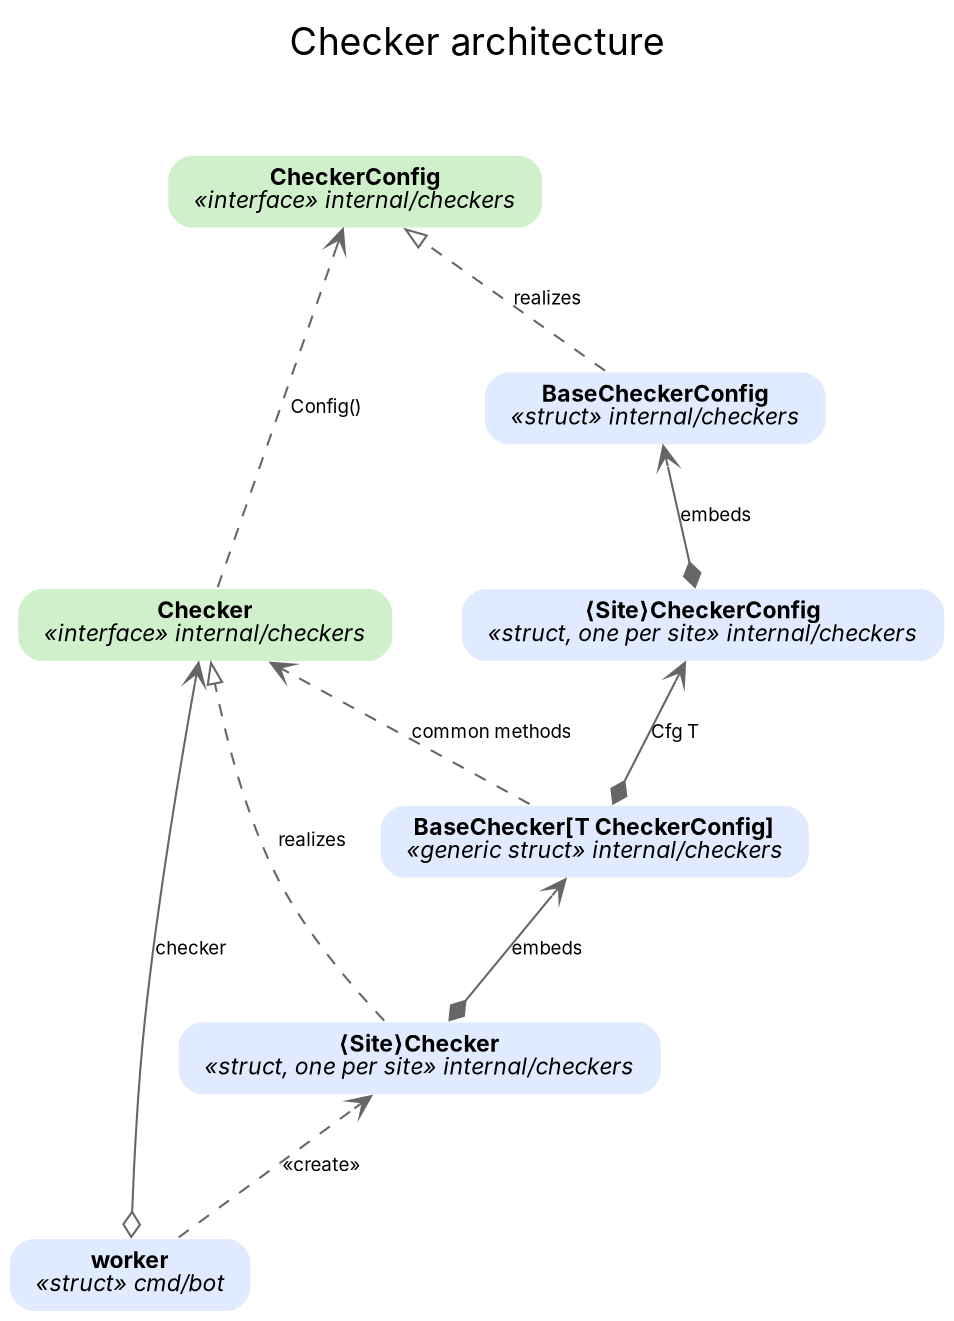
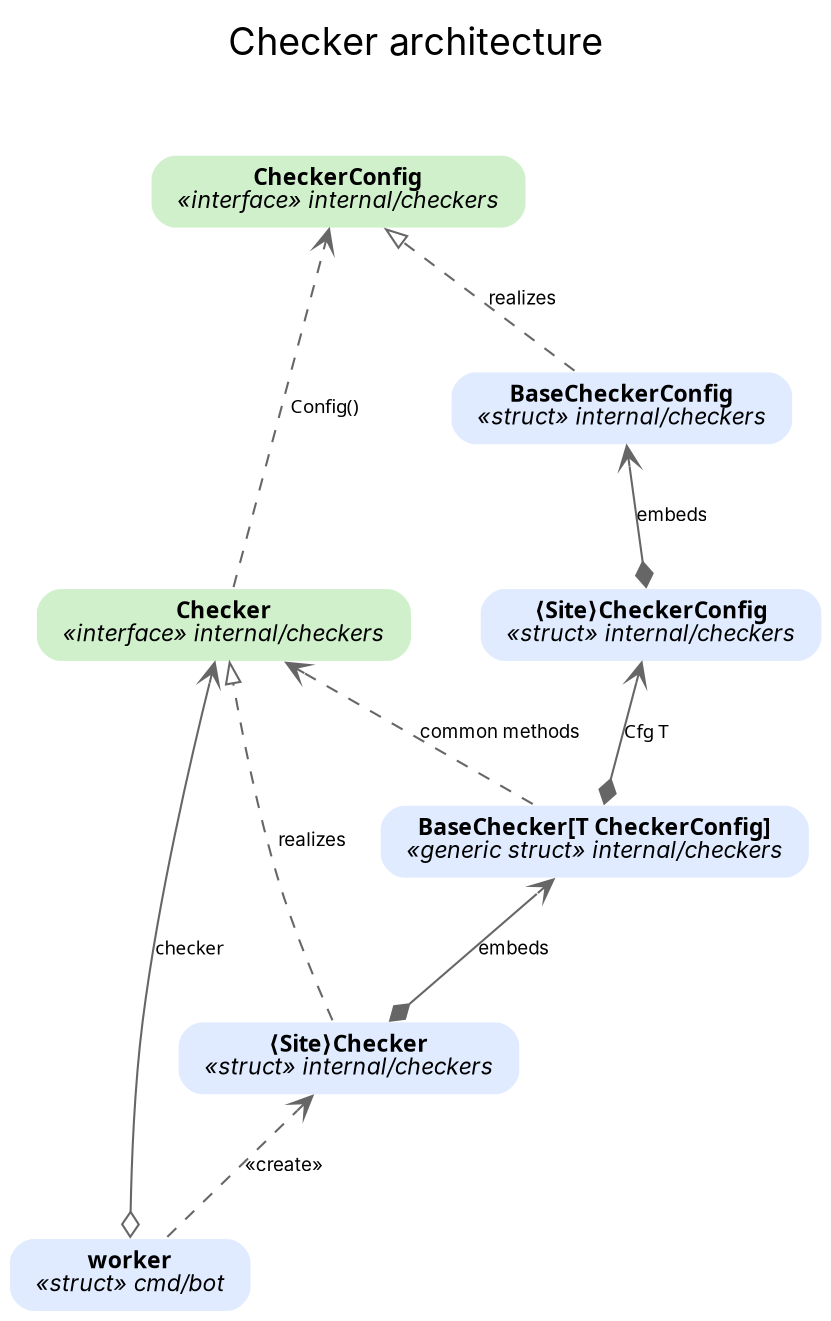
digraph {
    graph [dpi = 96]
    label = <<table border="0" height="62"><tr><td>Checker architecture</td></tr></table>>
    labelloc = t
    fontname = "Inter"
    fontsize = 18
    bgcolor = white
    rankdir = BT
    nodesep = 0.45
    ranksep = 0.8
    node [shape = box, style = "filled, rounded"]
    node [penwidth = 1.5]
    node [fontname = "Inter"]
    edge [fontname = "Inter"]
    node [fontsize = 11]
    edge [fontsize = 9]
    node [color = white]
    node [margin = "0.18,0.10"]
    edge [color = "#666666"]

    // UML edge legend:
    //   ----|>  (dashed, hollow triangle)   realization — implements an interface
    //   <>--->  (solid, filled diamond)     composition — owns a field (incl. Go embedding); label = field / "embeds"
    //   o>--->  (solid, open diamond)       aggregation — holds a reference to an injected/shared object
    //   ----->  (dashed, open arrow)        dependency — uses / creates / drives / type used in a signature
    // Colours:
    //   green = interface
    //   blue = struct

    // ---- interfaces ----
    node [fillcolor = "#d0f0cc"]
-     Checker       [label = <<b>Checker</b><br/><i>«interface» internal/checkers</i>>]
-     CheckerConfig [label = <<b>CheckerConfig</b><br/><i>«interface» internal/checkers</i>>]
+     Checker       [label = <<font face="JetBrains Mono NL"><b>Checker</b></font><br/><i>«interface» internal/checkers</i>>]
+     CheckerConfig [label = <<font face="JetBrains Mono NL"><b>CheckerConfig</b></font><br/><i>«interface» internal/checkers</i>>]

    // ---- structs ----
    node [fillcolor = "#e0ebff"]
-     BaseChecker       [label = <<b>BaseChecker[T CheckerConfig]</b><br/><i>«generic struct» internal/checkers</i>>]
-     BaseCheckerConfig [label = <<b>BaseCheckerConfig</b><br/><i>«struct» internal/checkers</i>>]
-     SiteCheckerConfig [label = <<b>&#x27E8;Site&#x27E9;CheckerConfig</b><br/><i>«struct, one per site» internal/checkers</i>>]
-     SiteChecker       [label = <<b>&#x27E8;Site&#x27E9;Checker</b><br/><i>«struct, one per site» internal/checkers</i>>]
-     MainLoop          [label = <<b>worker</b><br/><i>«struct» cmd/bot</i>>]
+     BaseChecker       [label = <<font face="JetBrains Mono NL"><b>BaseChecker[T CheckerConfig]</b></font><br/><i>«generic struct» internal/checkers</i>>]
+     BaseCheckerConfig [label = <<font face="JetBrains Mono NL"><b>BaseCheckerConfig</b></font><br/><i>«struct» internal/checkers</i>>]
+     SiteCheckerConfig [label = <<font face="JetBrains Mono NL"><b>&#x27E8;Site&#x27E9;CheckerConfig</b></font><br/><i>«struct» internal/checkers</i>>]
+     SiteChecker       [label = <<font face="JetBrains Mono NL"><b>&#x27E8;Site&#x27E9;Checker</b></font><br/><i>«struct» internal/checkers</i>>]
+     MainLoop          [label = <<font face="JetBrains Mono NL"><b>worker</b></font><br/><i>«struct» cmd/bot</i>>]

    // ===================== relationships =====================

    edge [dir = both]

    // -- realization (implements an interface) --
    SiteChecker       -> Checker       [style = dashed, dir = forward, arrowhead = onormal, label = "realizes"]
    BaseCheckerConfig -> CheckerConfig [style = dashed, dir = forward, arrowhead = onormal, label = "realizes"]

    // -- composition (owns a field; Go embedding is an anonymous field) --
    SiteChecker       -> BaseChecker     [arrowtail = diamond, arrowhead = vee, label = "embeds"]
    SiteCheckerConfig -> BaseCheckerConfig [arrowtail = diamond, arrowhead = vee, label = "embeds"]
-     BaseChecker     -> SiteCheckerConfig [arrowtail = diamond, arrowhead = vee, label = "Cfg T"]
+     BaseChecker     -> SiteCheckerConfig [arrowtail = diamond, arrowhead = vee, label = <<font face="JetBrains Mono NL">Cfg T</font>>]

    // -- aggregation (holds a reference to an injected / shared object) --
-     MainLoop -> Checker [arrowtail = odiamond, arrowhead = vee, label = "checker"]
+     MainLoop -> Checker [arrowtail = odiamond, arrowhead = vee, label = <<font face="JetBrains Mono NL">checker</font>>]

    // -- dependency (uses / creates / drives / type used in a signature) --
    BaseChecker -> Checker       [style = dashed, dir = forward, arrowhead = vee, label = "common methods"]
-     Checker       -> CheckerConfig [style = dashed, dir = forward, arrowhead = vee, label = "Config()"]
+     Checker       -> CheckerConfig [style = dashed, dir = forward, arrowhead = vee, label = <<font face="JetBrains Mono NL">Config()</font>>]

    MainLoop -> SiteChecker [style = dashed, dir = forward, arrowhead = vee, label = "«create»"]
}
